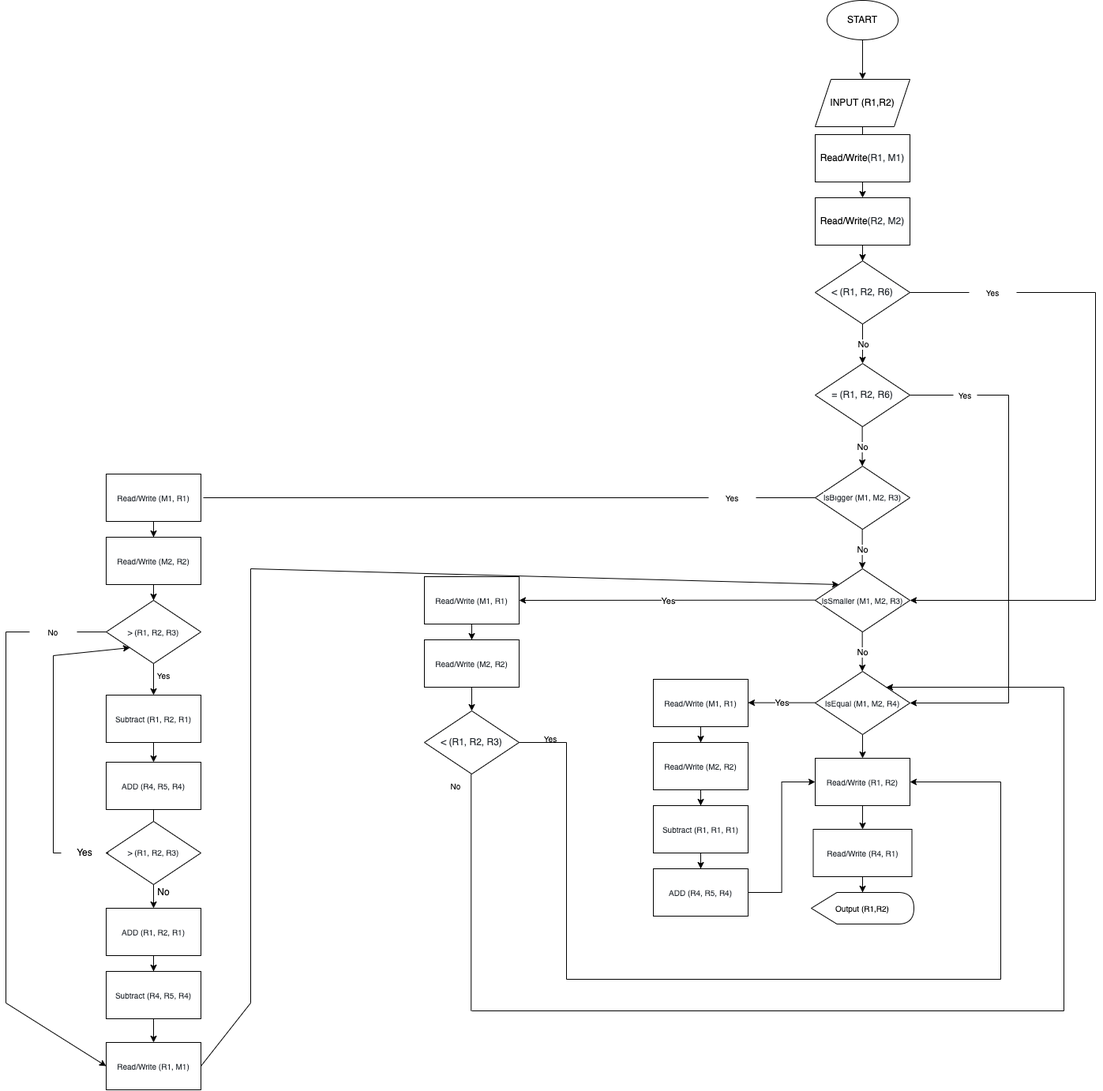
This is AlgorithmFlowchart.drawio.png from aliyigittas/CMPE140Project1, a draw.io export, as it was before one commit. Source tidied: cells renumbered, new cells last; positions are measured from the earlier drawing's top-left corner, leaving out a move shared by most shapes.
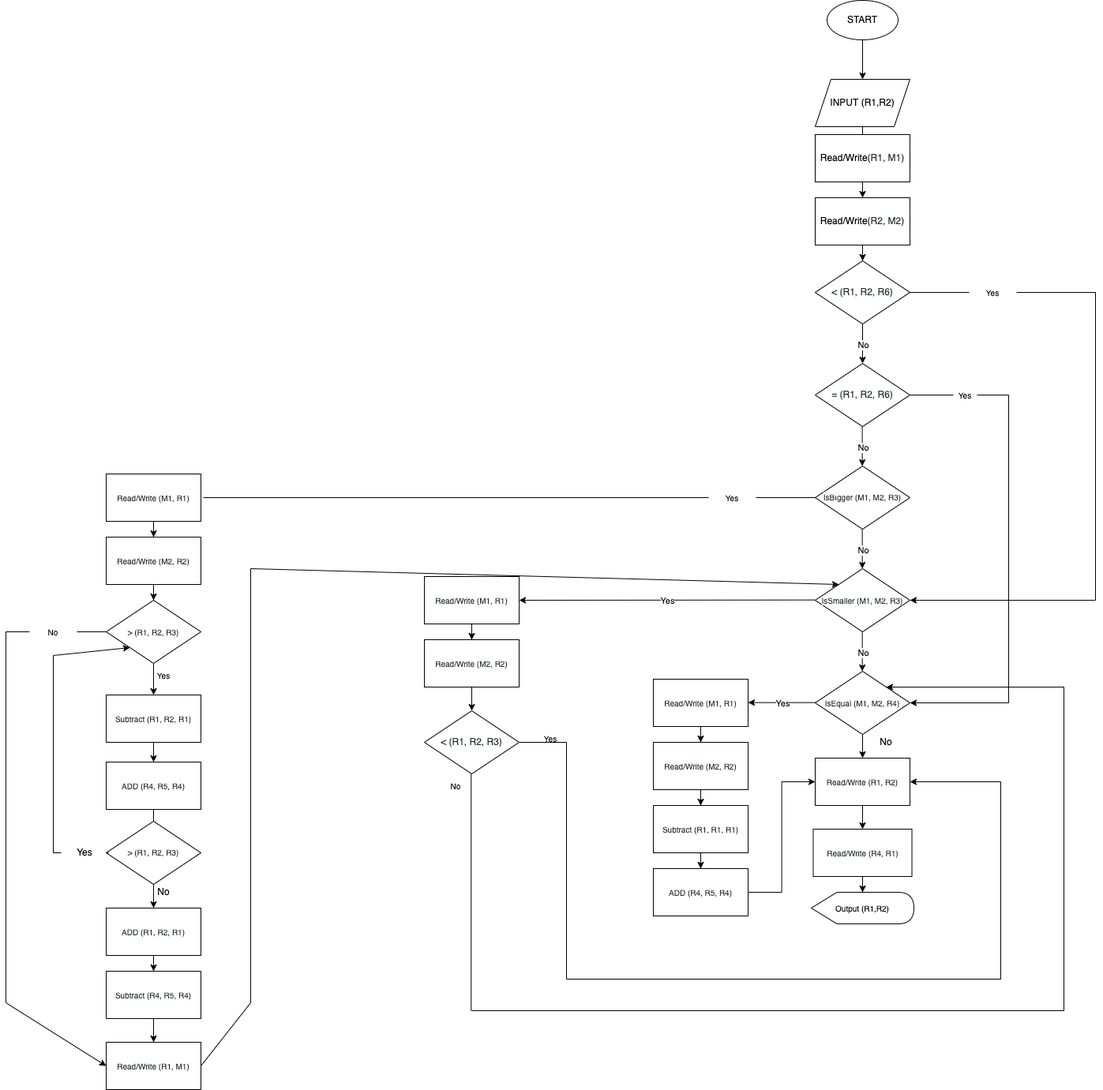
Later version of the same file.

Diff of the diagram source:
```diff
@@ -379,5 +379,8 @@
     <mxCell id="99" value="No" style="text;html=1;strokeColor=none;fillColor=none;align=center;verticalAlign=middle;whiteSpace=wrap;rounded=0;" parent="1" vertex="1">
       <mxGeometry x="170" y="1115" width="60" height="30" as="geometry" />
     </mxCell>
+    <mxCell id="100" value="No" style="text;html=1;strokeColor=none;fillColor=none;align=center;verticalAlign=middle;whiteSpace=wrap;rounded=0;" parent="1" vertex="1">
+      <mxGeometry x="1085" y="925" width="60" height="30" as="geometry" />
+    </mxCell>
   </root>
 </mxGraphModel>
```
